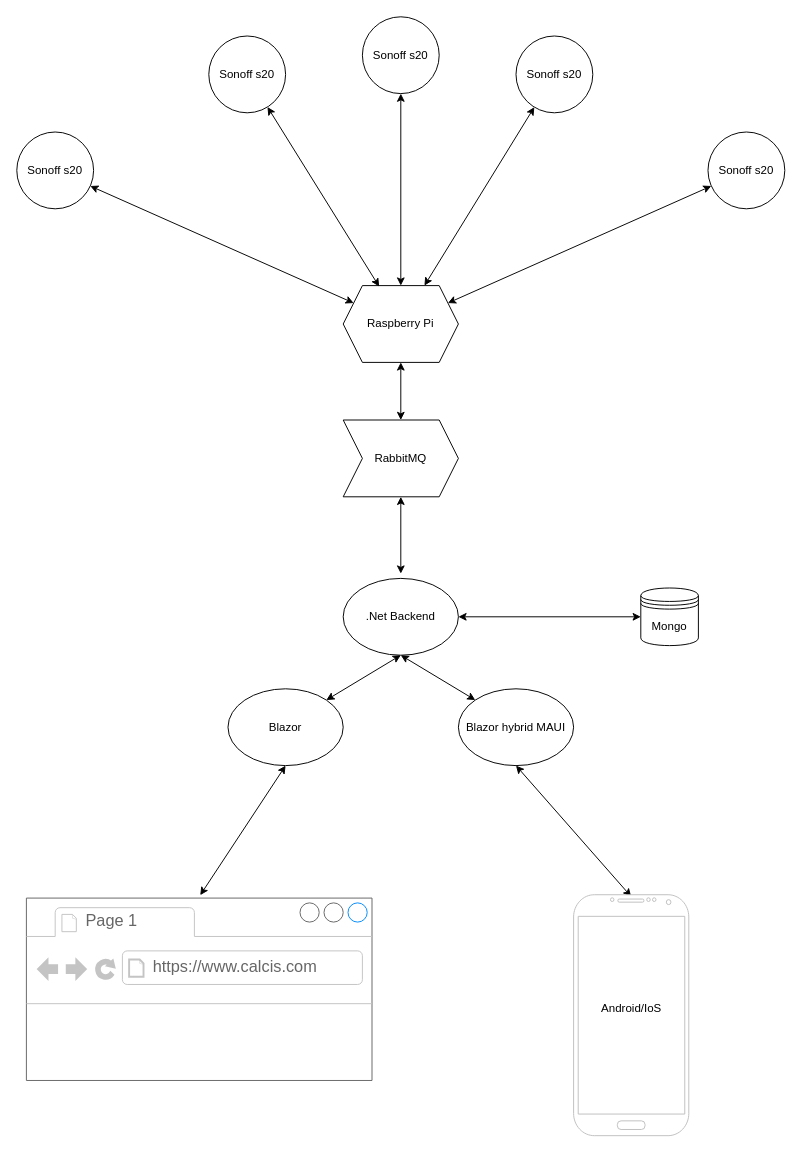
Earlier version of the draw.io diagram page "Calcis general infrustructure" (1 of 2) of Calcis.drawio (HubertSmiechowicz/Calcis). Source tidied: cells renumbered, new cells numbered last; positions are measured from the earlier drawing's top-left corner, leaving out a move shared by most shapes. Both pictures are drawn from the tidied source at 96%, with x=0, y=0 at pixel (16, 16).
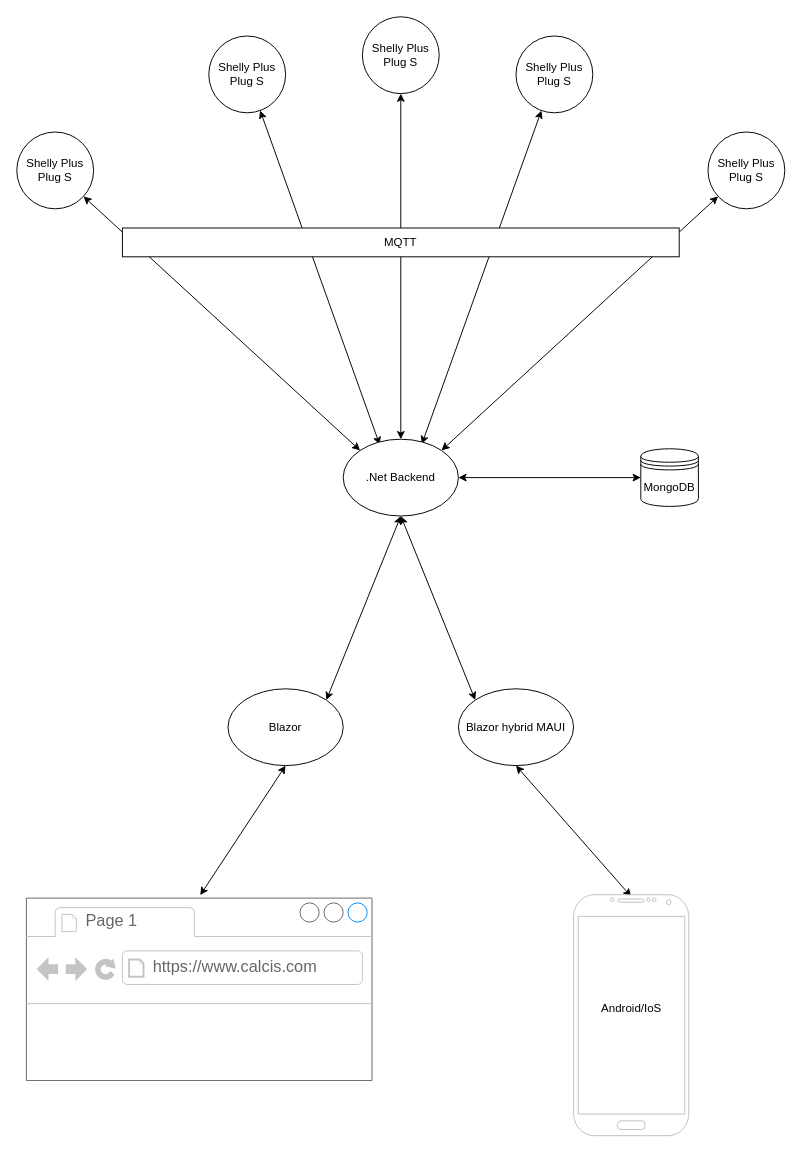
The same page after the edit.

What changed in the source:
```diff
@@
-    <mxCell id="2" value="Sonoff s20" style="ellipse;whiteSpace=wrap;html=1;" parent="1" vertex="1">
+    <mxCell id="2" value="Shelly Plus Plug S" style="ellipse;whiteSpace=wrap;html=1;" parent="1" vertex="1">
       <mxGeometry y="120" width="80" height="80" as="geometry" />
     </mxCell>
-    <mxCell id="3" value="Sonoff s20" style="ellipse;whiteSpace=wrap;html=1;" parent="1" vertex="1">
+    <mxCell id="3" value="Shelly Plus Plug S" style="ellipse;whiteSpace=wrap;html=1;" parent="1" vertex="1">
       <mxGeometry x="200" y="20" width="80" height="80" as="geometry" />
     </mxCell>
-    <mxCell id="4" value="Sonoff s20" style="ellipse;whiteSpace=wrap;html=1;" parent="1" vertex="1">
+    <mxCell id="4" value="Shelly Plus Plug S" style="ellipse;whiteSpace=wrap;html=1;" parent="1" vertex="1">
       <mxGeometry x="360" width="80" height="80" as="geometry" />
     </mxCell>
-    <mxCell id="5" value="Sonoff s20" style="ellipse;whiteSpace=wrap;html=1;" parent="1" vertex="1">
+    <mxCell id="5" value="Shelly Plus Plug S" style="ellipse;whiteSpace=wrap;html=1;" parent="1" vertex="1">
       <mxGeometry x="520" y="20" width="80" height="80" as="geometry" />
     </mxCell>
-    <mxCell id="6" value="Sonoff s20" style="ellipse;whiteSpace=wrap;html=1;" parent="1" vertex="1">
+    <mxCell id="6" value="Shelly Plus Plug S" style="ellipse;whiteSpace=wrap;html=1;" parent="1" vertex="1">
       <mxGeometry x="720" y="120" width="80" height="80" as="geometry" />
     </mxCell>
-    <mxCell id="7" value="Raspberry Pi" style="shape=hexagon;perimeter=hexagonPerimeter2;whiteSpace=wrap;html=1;fixedSize=1;" parent="1" vertex="1">
-      <mxGeometry x="340" y="280" width="120" height="80" as="geometry" />
-    </mxCell>
-    <mxCell id="8" style="endArrow=classic;html=1;rounded=0;startArrow=classic;startFill=1;" parent="1" edge="1" source="2" target="7">
+    <mxCell id="8" style="endArrow=classic;html=1;rounded=0;startArrow=classic;startFill=1;entryX=0;entryY=0;entryDx=0;entryDy=0;" parent="1" edge="1" source="2" target="25">
       <mxGeometry relative="1" as="geometry" />
     </mxCell>
-    <mxCell id="9" style="endArrow=classic;html=1;rounded=0;entryX=0.312;entryY=0.012;entryDx=0;entryDy=0;entryPerimeter=0;startArrow=classic;startFill=1;" parent="1" edge="1" source="3" target="7">
+    <mxCell id="9" style="endArrow=classic;html=1;rounded=0;entryX=0.317;entryY=0.073;entryDx=0;entryDy=0;entryPerimeter=0;startArrow=classic;startFill=1;" parent="1" edge="1" source="3" target="25">
       <mxGeometry relative="1" as="geometry" />
     </mxCell>
-    <mxCell id="10" style="endArrow=classic;html=1;rounded=0;exitX=0.5;exitY=1;exitDx=0;exitDy=0;entryX=0.5;entryY=0;entryDx=0;entryDy=0;startArrow=classic;startFill=1;" parent="1" edge="1" source="4" target="7">
+    <mxCell id="10" style="endArrow=classic;html=1;rounded=0;exitX=0.5;exitY=1;exitDx=0;exitDy=0;entryX=0.5;entryY=0;entryDx=0;entryDy=0;startArrow=classic;startFill=1;" parent="1" edge="1" source="4" target="25">
       <mxGeometry relative="1" as="geometry" />
     </mxCell>
-    <mxCell id="11" style="endArrow=classic;html=1;rounded=0;startArrow=classic;startFill=1;" parent="1" edge="1" source="5" target="7">
+    <mxCell id="11" style="endArrow=classic;html=1;rounded=0;startArrow=classic;startFill=1;entryX=0.683;entryY=0.063;entryDx=0;entryDy=0;entryPerimeter=0;" parent="1" edge="1" source="5" target="25">
       <mxGeometry relative="1" as="geometry" />
     </mxCell>
-    <mxCell id="12" style="endArrow=classic;html=1;rounded=0;startArrow=classic;startFill=1;" parent="1" edge="1" source="6" target="7">
+    <mxCell id="12" style="endArrow=classic;html=1;rounded=0;startArrow=classic;startFill=1;entryX=1;entryY=0;entryDx=0;entryDy=0;" parent="1" edge="1" source="6" target="25">
       <mxGeometry relative="1" as="geometry" />
     </mxCell>
-    <mxCell id="13" value="Mongo" style="shape=datastore;whiteSpace=wrap;html=1;" parent="1" vertex="1">
-      <mxGeometry x="650" y="595" width="60" height="60" as="geometry" />
+    <mxCell id="13" value="MongoDB" style="shape=datastore;whiteSpace=wrap;html=1;" parent="1" vertex="1">
+      <mxGeometry x="650" y="450" width="60" height="60" as="geometry" />
     </mxCell>
@@
-    <mxCell id="22" value="RabbitMQ" style="shape=step;perimeter=stepPerimeter;whiteSpace=wrap;html=1;fixedSize=1;" parent="1" vertex="1">
-      <mxGeometry x="340" y="420" width="120" height="80" as="geometry" />
-    </mxCell>
-    <mxCell id="23" style="endArrow=classic;startArrow=classic;html=1;rounded=0;entryX=0.5;entryY=1;entryDx=0;entryDy=0;exitX=0.5;exitY=0;exitDx=0;exitDy=0;" parent="1" edge="1" source="22" target="7">
-      <mxGeometry relative="1" as="geometry" />
-    </mxCell>
-    <mxCell id="24" style="endArrow=classic;startArrow=classic;html=1;rounded=0;entryX=0.5;entryY=1;entryDx=0;entryDy=0;exitX=0.5;exitY=0;exitDx=0;exitDy=0;" parent="1" edge="1" target="22">
-      <mxGeometry relative="1" as="geometry">
-        <mxPoint x="400" y="580" as="sourcePoint" />
-      </mxGeometry>
-    </mxCell>
     <mxCell id="25" value=".Net Backend" style="ellipse;whiteSpace=wrap;html=1;" parent="1" vertex="1">
-      <mxGeometry x="340" y="585" width="120" height="80" as="geometry" />
+      <mxGeometry x="340" y="440" width="120" height="80" as="geometry" />
     </mxCell>
@@
+    <mxCell id="30" value="MQTT" style="rounded=0;whiteSpace=wrap;html=1;" parent="1" vertex="1">
+      <mxGeometry x="110" y="220" width="580" height="30" as="geometry" />
+    </mxCell>
```
